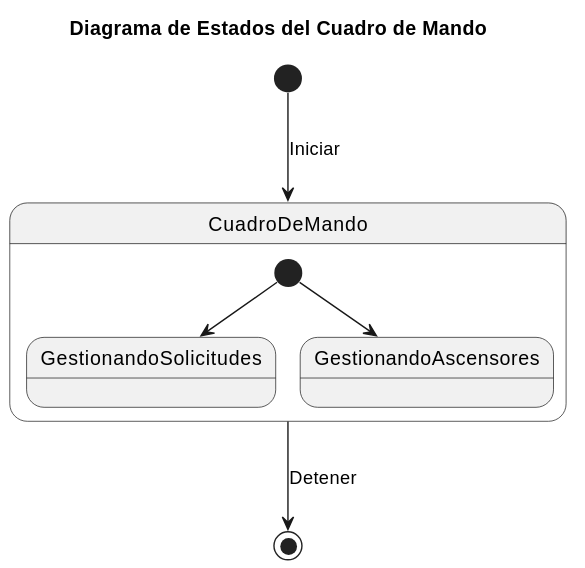
Earlier version of the PlantUML export docs/Modelo_de_Dominio/Diagramas_de_Estados/Cuadro_de_Mando/Diagrama_de_Estados.svg (mmasias/23-24-IdSw2-SDD).
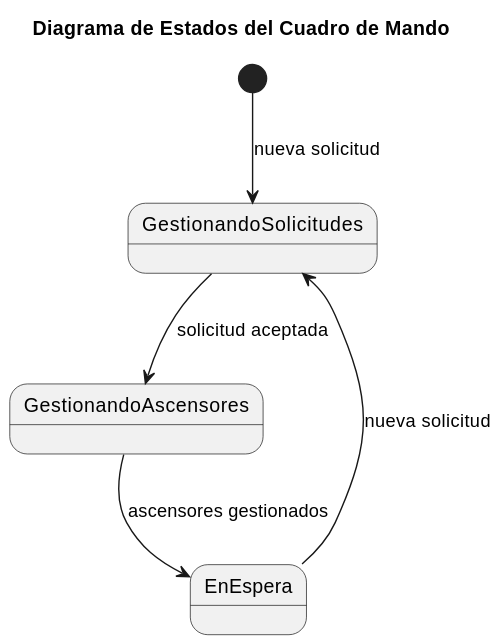
The same diagram one commit later.

Commit message:
Diagrama de objetos

Change to the diagram source:
```diff
@@ -1,5 +1,4 @@
-@startuml Diagrama_de_Estados
-
+@startuml
 title Diagrama de Estados del Cuadro de Mando
 
 skinparam {
@@ -8,14 +7,8 @@
 
 hide empty members
 
-[*] --> CuadroDeMando : Iniciar
-CuadroDeMando --> [*] : Detener
-
-state CuadroDeMando {
-
-    [*] --> GestionandoSolicitudes
-    [*] --> GestionandoAscensores
-
-}
-
+    [*] --> GestionandoSolicitudes : nueva solicitud
+    GestionandoSolicitudes --> GestionandoAscensores : solicitud aceptada
+    GestionandoAscensores --> EnEspera : ascensores gestionados
+    EnEspera --> GestionandoSolicitudes : nueva solicitud
 @enduml
```
